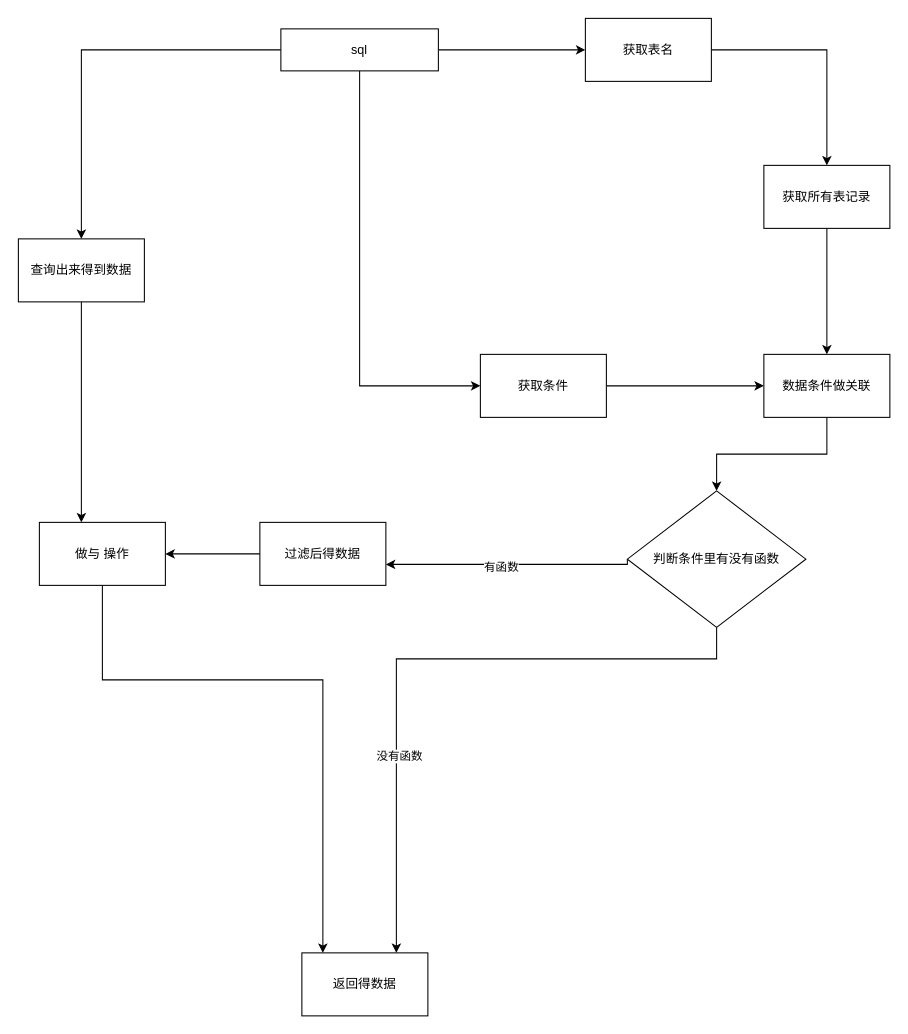
Earlier version of the draw.io diagram 指标解析sql.drawio (dabengxiang/diagrams). Source tidied: cells renumbered, new cells numbered last; positions are measured from the earlier drawing's top-left corner, leaving out a move shared by most shapes. Both pictures are drawn from the tidied source at 105%, with x=0, y=0 at pixel (18, 18).
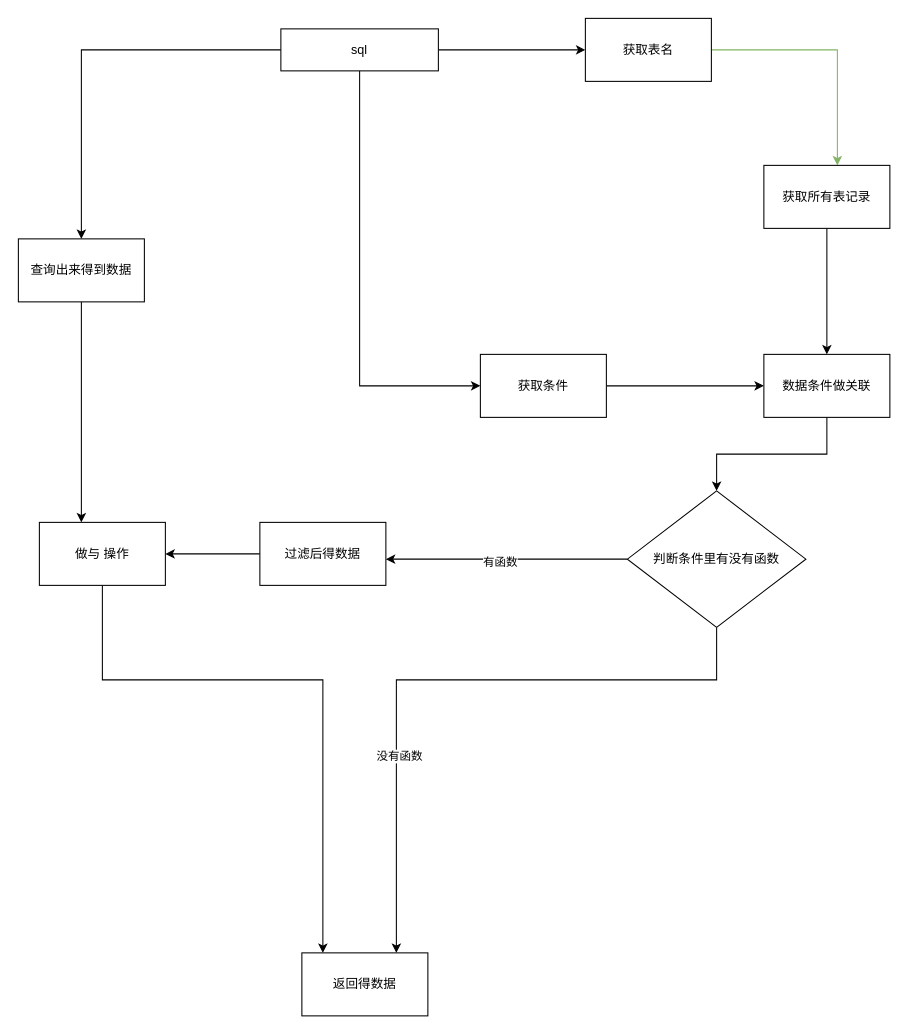
The same diagram, later.

Commit message:
更新指标解析sql.drawio

The change refers to these unchanged cells:
```xml
<mxCell id="7" value="获取表名" style="rounded=0;whiteSpace=wrap;html=1;" parent="1" vertex="1">
  <mxGeometry x="540" width="120" height="60" as="geometry" />
</mxCell>
<mxCell id="11" value="获取所有表记录" style="rounded=0;whiteSpace=wrap;html=1;" parent="1" vertex="1">
  <mxGeometry x="710" y="140" width="120" height="60" as="geometry" />
</mxCell>
<mxCell id="14" value="返回得数据" style="rounded=0;whiteSpace=wrap;html=1;" parent="1" vertex="1">
  <mxGeometry x="270" y="890" width="120" height="60" as="geometry" />
</mxCell>
<mxCell id="21" value="判断条件里有没有函数" style="rhombus;whiteSpace=wrap;html=1;" parent="1" vertex="1">
  <mxGeometry x="580" y="450" width="170" height="130" as="geometry" />
</mxCell>
<mxCell id="23" value="过滤后得数据" style="rounded=0;whiteSpace=wrap;html=1;" parent="1" vertex="1">
  <mxGeometry x="230" y="480" width="120" height="60" as="geometry" />
</mxCell>
```

The edit, as a diff of the source:
```diff
@@
-    <mxCell id="6" style="edgeStyle=orthogonalEdgeStyle;rounded=0;jettySize=auto;html=1;exitX=1;exitY=0.5;exitDx=0;exitDy=0;entryX=0.5;entryY=0;entryDx=0;entryDy=0;" parent="1" edge="1" source="7" target="11">
-      <mxGeometry relative="1" as="geometry" />
+    <mxCell id="6" style="edgeStyle=orthogonalEdgeStyle;rounded=0;jettySize=auto;html=1;exitX=1;exitY=0.5;exitDx=0;exitDy=0;fillColor=#d5e8d4;strokeColor=#82b366;" parent="1" edge="1" source="7" target="11">
+      <mxGeometry relative="1" as="geometry">
+        <Array as="points">
+          <mxPoint x="780" y="30" />
+        </Array>
+      </mxGeometry>
     </mxCell>
@@
     <mxCell id="17" style="edgeStyle=orthogonalEdgeStyle;rounded=0;jettySize=auto;html=1;exitX=0;exitY=0.5;exitDx=0;exitDy=0;" parent="1" edge="1" source="21" target="23">
       <mxGeometry relative="1" as="geometry">
         <Array as="points">
-          <mxPoint x="580" y="520" />
+          <mxPoint x="560" y="515" />
+          <mxPoint x="560" y="515" />
         </Array>
       </mxGeometry>
     </mxCell>
@@
     <mxCell id="19" style="edgeStyle=orthogonalEdgeStyle;rounded=0;jettySize=auto;html=1;entryX=0.75;entryY=0;entryDx=0;entryDy=0;" parent="1" edge="1" source="21" target="14">
       <mxGeometry relative="1" as="geometry">
         <Array as="points">
-          <mxPoint x="665" y="610" />
-          <mxPoint x="360" y="610" />
+          <mxPoint x="665" y="630" />
+          <mxPoint x="360" y="630" />
         </Array>
       </mxGeometry>
     </mxCell>
```
